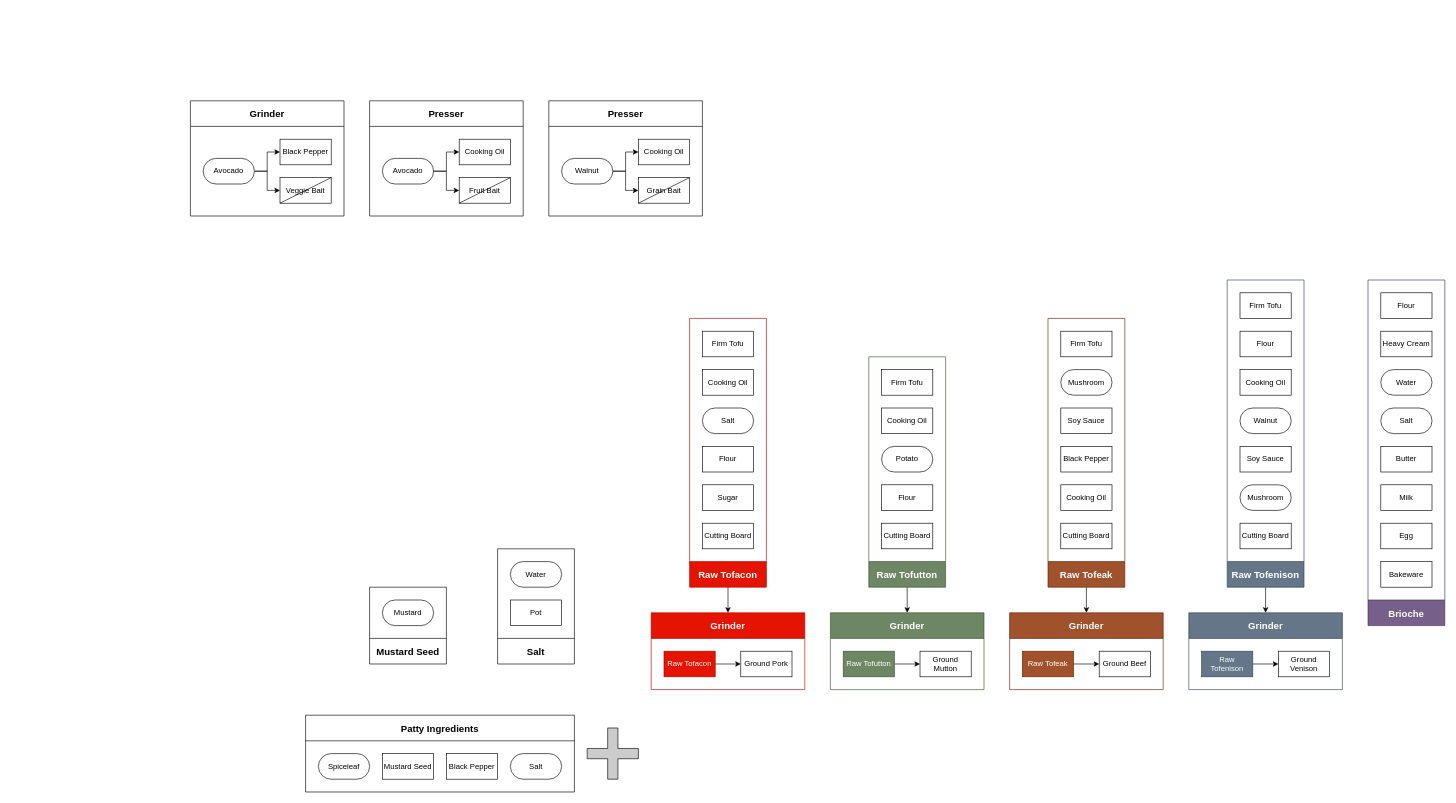
Before: page "Page-2" (2 of 2) of Gourmet Burgers.drawio in HaxtonSale1/MC_Diagrams, a draw.io diagram. Source tidied: cells renumbered, new cells numbered last; positions are measured from the earlier drawing's top-left corner, leaving out a move shared by most shapes. Both pictures are drawn from the tidied source at 64%, with x=0, y=0 at pixel (190, 100).
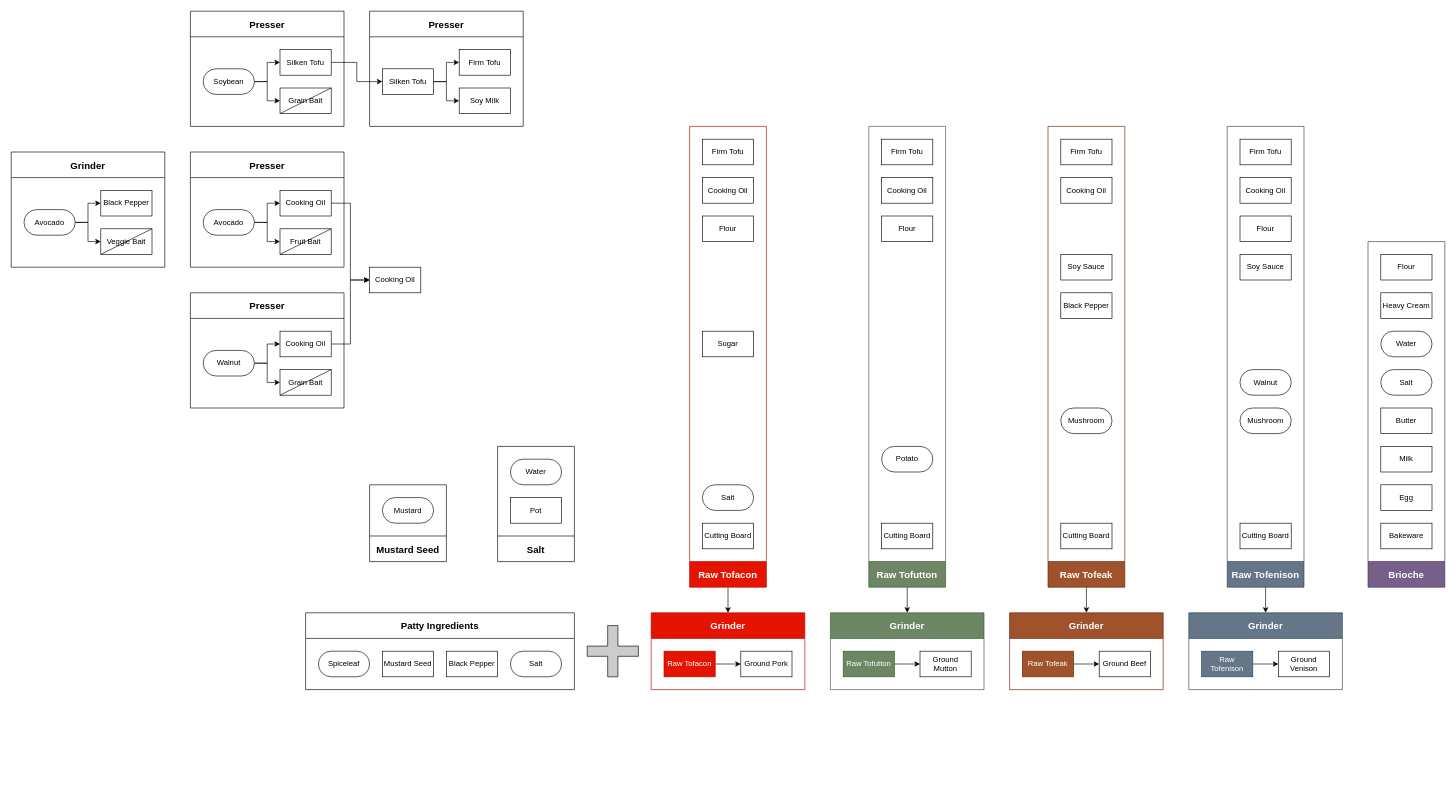
Above is the later version.

Unchanged cells that the change refers to:
```xml
<mxCell id="70" value="Cooking Oil" style="rounded=0;whiteSpace=wrap;html=1;fontFamily=Ubuntu;FType=g;" parent="66" vertex="1">
  <mxGeometry x="140" y="60" width="80" height="40" as="geometry" />
</mxCell>
<mxCell id="77" value="Cooking Oil" style="rounded=0;whiteSpace=wrap;html=1;fontFamily=Ubuntu;FType=g;" parent="73" vertex="1">
  <mxGeometry x="140" y="60" width="80" height="40" as="geometry" />
</mxCell>
```

Diff of the diagram source:
```diff
@@
     <mxCell id="2" value="Brioche" style="swimlane;fontFamily=Ubuntu;startSize=40;fillColor=#76608a;strokeColor=#432D57;fontColor=#ffffff;fontSize=15;direction=west;FType=g;" parent="1" vertex="1">
-      <mxGeometry x="1840" y="280" width="120" height="540" as="geometry" />
+      <mxGeometry x="1840" y="220" width="120" height="540" as="geometry" />
     </mxCell>
@@
     <mxCell id="11" value="Grinder" style="swimlane;fontFamily=Ubuntu;startSize=40;fontSize=15;FType=g;" parent="1" vertex="1">
-      <mxGeometry width="240" height="180" as="geometry" />
+      <mxGeometry x="-280" y="80" width="240" height="180" as="geometry" />
     </mxCell>
@@
     <mxCell id="35" value="Raw Tofacon" style="swimlane;fontFamily=Ubuntu;startSize=40;fillColor=#e51400;strokeColor=#B20000;fontColor=#ffffff;fontSize=15;direction=west;FType=g;" parent="1" vertex="1">
-      <mxGeometry x="780" y="340" width="120" height="420" as="geometry" />
+      <mxGeometry x="780" y="40" width="120" height="720" as="geometry" />
     </mxCell>
@@
     <mxCell id="38" value="Salt" style="rounded=1;whiteSpace=wrap;html=1;fontFamily=Ubuntu;arcSize=50;FType=g;" parent="35" vertex="1">
-      <mxGeometry x="20" y="140" width="80" height="40" as="geometry" />
+      <mxGeometry x="20" y="560" width="80" height="40" as="geometry" />
     </mxCell>
     <mxCell id="39" value="Flour" style="whiteSpace=wrap;html=1;fontFamily=Ubuntu;FType=g;" parent="35" vertex="1">
-      <mxGeometry x="20" y="200" width="80" height="40" as="geometry" />
+      <mxGeometry x="20" y="140" width="80" height="40" as="geometry" />
     </mxCell>
     <mxCell id="40" value="Sugar" style="whiteSpace=wrap;html=1;fontFamily=Ubuntu;FType=g;" parent="35" vertex="1">
-      <mxGeometry x="20" y="260" width="80" height="40" as="geometry" />
+      <mxGeometry x="20" y="320" width="80" height="40" as="geometry" />
     </mxCell>
     <mxCell id="41" value="Cutting Board" style="whiteSpace=wrap;html=1;fontFamily=Ubuntu;FType=g;" parent="35" vertex="1">
-      <mxGeometry x="20" y="320" width="80" height="40" as="geometry" />
+      <mxGeometry x="20" y="620" width="80" height="40" as="geometry" />
     </mxCell>
@@
     <mxCell id="43" value="Raw Tofutton" style="swimlane;fontFamily=Ubuntu;startSize=40;fillColor=#6d8764;strokeColor=#3A5431;fontColor=#ffffff;fontSize=15;direction=west;perimeter=rectanglePerimeter;FType=g;" parent="1" vertex="1">
-      <mxGeometry x="1060" y="400" width="120" height="360" as="geometry" />
+      <mxGeometry x="1060" y="40" width="120" height="720" as="geometry" />
     </mxCell>
@@
     <mxCell id="46" value="Potato" style="rounded=1;whiteSpace=wrap;html=1;fontFamily=Ubuntu;arcSize=50;FType=g;" parent="43" vertex="1">
-      <mxGeometry x="20" y="140" width="80" height="40" as="geometry" />
+      <mxGeometry x="20" y="500" width="80" height="40" as="geometry" />
     </mxCell>
     <mxCell id="47" value="Flour" style="whiteSpace=wrap;html=1;fontFamily=Ubuntu;FType=g;" parent="43" vertex="1">
-      <mxGeometry x="20" y="200" width="80" height="40" as="geometry" />
+      <mxGeometry x="20" y="140" width="80" height="40" as="geometry" />
     </mxCell>
     <mxCell id="48" value="Cutting Board" style="whiteSpace=wrap;html=1;fontFamily=Ubuntu;FType=g;" parent="43" vertex="1">
-      <mxGeometry x="20" y="260" width="80" height="40" as="geometry" />
+      <mxGeometry x="20" y="620" width="80" height="40" as="geometry" />
     </mxCell>
@@
     <mxCell id="50" value="Raw Tofeak" style="swimlane;fontFamily=Ubuntu;startSize=40;fillColor=#a0522d;strokeColor=#6D1F00;fontColor=#ffffff;fontSize=15;direction=west;FType=g;" parent="1" vertex="1">
-      <mxGeometry x="1340" y="340" width="120" height="420" as="geometry" />
+      <mxGeometry x="1340" y="40" width="120" height="720" as="geometry" />
     </mxCell>
@@
     <mxCell id="52" value="Mushroom" style="rounded=1;whiteSpace=wrap;html=1;fontFamily=Ubuntu;arcSize=50;FType=g;" parent="50" vertex="1">
-      <mxGeometry x="20" y="80" width="80" height="40" as="geometry" />
+      <mxGeometry x="20" y="440" width="80" height="40" as="geometry" />
     </mxCell>
     <mxCell id="53" value="Soy Sauce" style="whiteSpace=wrap;html=1;fontFamily=Ubuntu;FType=g;" parent="50" vertex="1">
-      <mxGeometry x="20" y="140" width="80" height="40" as="geometry" />
+      <mxGeometry x="20" y="200" width="80" height="40" as="geometry" />
     </mxCell>
     <mxCell id="54" value="Cooking Oil" style="whiteSpace=wrap;html=1;fontFamily=Ubuntu;FType=g;" parent="50" vertex="1">
-      <mxGeometry x="20" y="260" width="80" height="40" as="geometry" />
+      <mxGeometry x="20" y="80" width="80" height="40" as="geometry" />
     </mxCell>
     <mxCell id="55" value="Cutting Board" style="whiteSpace=wrap;html=1;fontFamily=Ubuntu;FType=g;" parent="50" vertex="1">
-      <mxGeometry x="20" y="320" width="80" height="40" as="geometry" />
+      <mxGeometry x="20" y="620" width="80" height="40" as="geometry" />
     </mxCell>
     <mxCell id="56" value="Black Pepper" style="rounded=0;whiteSpace=wrap;html=1;fontFamily=Ubuntu;FType=g;" parent="50" vertex="1">
-      <mxGeometry x="20" y="200" width="80" height="40" as="geometry" />
+      <mxGeometry x="20" y="260" width="80" height="40" as="geometry" />
     </mxCell>
@@
     <mxCell id="58" value="Raw Tofenison" style="swimlane;fontFamily=Ubuntu;startSize=40;fillColor=#647687;strokeColor=#314354;fontColor=#ffffff;fontSize=15;direction=west;FType=g;" parent="1" vertex="1">
-      <mxGeometry x="1620" y="280" width="120" height="480" as="geometry" />
+      <mxGeometry x="1620" y="40" width="120" height="720" as="geometry" />
     </mxCell>
@@
     <mxCell id="60" value="Cooking Oil" style="whiteSpace=wrap;html=1;fontFamily=Ubuntu;FType=g;" parent="58" vertex="1">
-      <mxGeometry x="20" y="140" width="80" height="40" as="geometry" />
+      <mxGeometry x="20" y="80" width="80" height="40" as="geometry" />
     </mxCell>
     <mxCell id="61" value="Soy Sauce" style="whiteSpace=wrap;html=1;fontFamily=Ubuntu;FType=g;" parent="58" vertex="1">
-      <mxGeometry x="20" y="260" width="80" height="40" as="geometry" />
+      <mxGeometry x="20" y="200" width="80" height="40" as="geometry" />
     </mxCell>
     <mxCell id="62" value="Cutting Board" style="whiteSpace=wrap;html=1;fontFamily=Ubuntu;FType=g;" parent="58" vertex="1">
-      <mxGeometry x="20" y="380" width="80" height="40" as="geometry" />
+      <mxGeometry x="20" y="620" width="80" height="40" as="geometry" />
     </mxCell>
-    <mxCell id="63" value="Flour" style="whiteSpace=wrap;html=1;fontFamily=Ubuntu;FType=g;" parent="58" vertex="1">
-      <mxGeometry x="20" y="80" width="80" height="40" as="geometry" />
-    </mxCell>
     <mxCell id="64" value="Walnut" style="rounded=1;whiteSpace=wrap;html=1;fontFamily=Ubuntu;arcSize=50;FType=g;" parent="58" vertex="1">
-      <mxGeometry x="20" y="200" width="80" height="40" as="geometry" />
+      <mxGeometry x="20" y="380" width="80" height="40" as="geometry" />
     </mxCell>
     <mxCell id="65" value="Mushroom" style="rounded=1;whiteSpace=wrap;html=1;fontFamily=Ubuntu;arcSize=50;FType=g;" parent="58" vertex="1">
-      <mxGeometry x="20" y="320" width="80" height="40" as="geometry" />
+      <mxGeometry x="20" y="440" width="80" height="40" as="geometry" />
     </mxCell>
+    <mxCell id="63" value="Flour" style="whiteSpace=wrap;html=1;fontFamily=Ubuntu;FType=g;" parent="58" vertex="1">
+      <mxGeometry x="20" y="140" width="80" height="40" as="geometry" />
+    </mxCell>
     <mxCell id="66" value="Presser" style="swimlane;fontFamily=Ubuntu;startSize=40;fontSize=15;FType=g;" parent="1" vertex="1">
-      <mxGeometry x="280" width="240" height="180" as="geometry" />
+      <mxGeometry y="80" width="240" height="180" as="geometry" />
     </mxCell>
@@
     <mxCell id="73" value="Presser" style="swimlane;fontFamily=Ubuntu;startSize=40;fontSize=15;FType=g;" parent="1" vertex="1">
-      <mxGeometry x="560" width="240" height="180" as="geometry" />
+      <mxGeometry y="300" width="240" height="180" as="geometry" />
     </mxCell>
@@
     <mxCell id="80" value="Patty Ingredients" style="swimlane;fontFamily=Ubuntu;startSize=40;fontSize=15;FType=g;" parent="1" vertex="1">
-      <mxGeometry x="180" y="960" width="420" height="120" as="geometry" />
+      <mxGeometry x="180" y="800" width="420" height="120" as="geometry" />
     </mxCell>
@@
     <mxCell id="85" style="shape=cross;whiteSpace=wrap;html=1;fillColor=#CCCCCC;fontFamily=Ubuntu;fontSize=15;fontColor=#666666;FType=g;" parent="1" vertex="1">
-      <mxGeometry x="620" y="980" width="80" height="80" as="geometry" />
+      <mxGeometry x="620" y="820" width="80" height="80" as="geometry" />
     </mxCell>
     <mxCell id="86" value="Salt" style="swimlane;fontFamily=Ubuntu;startSize=40;fontSize=15;direction=west;FType=g;" parent="1" vertex="1">
-      <mxGeometry x="480" y="700" width="120" height="180" as="geometry" />
+      <mxGeometry x="480" y="540" width="120" height="180" as="geometry" />
     </mxCell>
@@
     <mxCell id="89" value="Mustard Seed" style="swimlane;fontFamily=Ubuntu;startSize=40;fontSize=15;direction=west;FType=g;" parent="1" vertex="1">
-      <mxGeometry x="280" y="760" width="120" height="120" as="geometry" />
+      <mxGeometry x="280" y="600" width="120" height="120" as="geometry" />
     </mxCell>
@@
+    <mxCell id="91" value="Presser" style="swimlane;fontFamily=Ubuntu;startSize=40;fontSize=15;FType=g;" parent="1" vertex="1">
+      <mxGeometry y="-140" width="240" height="180" as="geometry" />
+    </mxCell>
+    <mxCell id="92" style="edgeStyle=orthogonalEdgeStyle;rounded=0;jettySize=auto;html=1;fontFamily=Ubuntu;FType=g;" parent="91" edge="1" source="97" target="95">
+      <mxGeometry relative="1" as="geometry" />
+    </mxCell>
+    <mxCell id="93" style="edgeStyle=orthogonalEdgeStyle;rounded=0;jettySize=auto;html=1;fontFamily=Ubuntu;FType=g;" parent="91" edge="1" source="97" target="94">
+      <mxGeometry relative="1" as="geometry" />
+    </mxCell>
+    <mxCell id="94" value="Grain Bait" style="rounded=0;whiteSpace=wrap;html=1;fontFamily=Ubuntu;FType=g;" parent="91" vertex="1">
+      <mxGeometry x="140" y="120" width="80" height="40" as="geometry" />
+    </mxCell>
+    <mxCell id="95" value="Silken Tofu" style="rounded=0;whiteSpace=wrap;html=1;fontFamily=Ubuntu;FType=g;" parent="91" vertex="1">
+      <mxGeometry x="140" y="60" width="80" height="40" as="geometry" />
+    </mxCell>
+    <mxCell id="96" style="endArrow=none;html=1;fontFamily=Ubuntu;fontSize=15;fontColor=#666666;entryX=1;entryY=0;entryDx=0;entryDy=0;exitX=0;exitY=1;exitDx=0;exitDy=0;FType=g;" parent="91" edge="1" source="94" target="94">
+      <mxGeometry relative="1" as="geometry" />
+    </mxCell>
+    <mxCell id="97" value="Soybean" style="rounded=1;whiteSpace=wrap;html=1;fontFamily=Ubuntu;arcSize=50;FType=g;" parent="91" vertex="1">
+      <mxGeometry x="20" y="90" width="80" height="40" as="geometry" />
+    </mxCell>
+    <mxCell id="98" value="Presser" style="swimlane;fontFamily=Ubuntu;startSize=40;fontSize=15;FType=g;" parent="1" vertex="1">
+      <mxGeometry x="280" y="-140" width="240" height="180" as="geometry" />
+    </mxCell>
+    <mxCell id="99" style="edgeStyle=orthogonalEdgeStyle;rounded=0;jettySize=auto;html=1;fontFamily=Ubuntu;FType=g;" parent="98" edge="1" source="103" target="102">
+      <mxGeometry relative="1" as="geometry" />
+    </mxCell>
+    <mxCell id="100" style="edgeStyle=orthogonalEdgeStyle;rounded=0;jettySize=auto;html=1;fontFamily=Ubuntu;FType=g;" parent="98" edge="1" source="103" target="101">
+      <mxGeometry relative="1" as="geometry" />
+    </mxCell>
+    <mxCell id="101" value="Soy Milk" style="rounded=0;whiteSpace=wrap;html=1;fontFamily=Ubuntu;FType=g;" parent="98" vertex="1">
+      <mxGeometry x="140" y="120" width="80" height="40" as="geometry" />
+    </mxCell>
+    <mxCell id="102" value="Firm Tofu" style="rounded=0;whiteSpace=wrap;html=1;fontFamily=Ubuntu;FType=g;" parent="98" vertex="1">
+      <mxGeometry x="140" y="60" width="80" height="40" as="geometry" />
+    </mxCell>
+    <mxCell id="103" value="Silken Tofu" style="rounded=0;whiteSpace=wrap;html=1;fontFamily=Ubuntu;arcSize=50;FType=g;" parent="98" vertex="1">
+      <mxGeometry x="20" y="90" width="80" height="40" as="geometry" />
+    </mxCell>
+    <mxCell id="104" style="edgeStyle=orthogonalEdgeStyle;rounded=0;jettySize=auto;html=1;" parent="1" edge="1" source="95" target="103">
+      <mxGeometry relative="1" as="geometry" />
+    </mxCell>
+    <mxCell id="105" value="Cooking Oil" style="rounded=0;whiteSpace=wrap;html=1;fontFamily=Ubuntu;FType=g;" parent="1" vertex="1">
+      <mxGeometry x="280" y="260" width="80" height="40" as="geometry" />
+    </mxCell>
+    <mxCell id="106" style="edgeStyle=orthogonalEdgeStyle;rounded=0;jettySize=auto;html=1;entryX=0;entryY=0.5;entryDx=0;entryDy=0;" parent="1" edge="1" source="70" target="105">
+      <mxGeometry relative="1" as="geometry" />
+    </mxCell>
+    <mxCell id="107" style="edgeStyle=orthogonalEdgeStyle;rounded=0;jettySize=auto;html=1;entryX=0;entryY=0.5;entryDx=0;entryDy=0;" parent="1" edge="1" source="77" target="105">
+      <mxGeometry relative="1" as="geometry" />
+    </mxCell>
```
